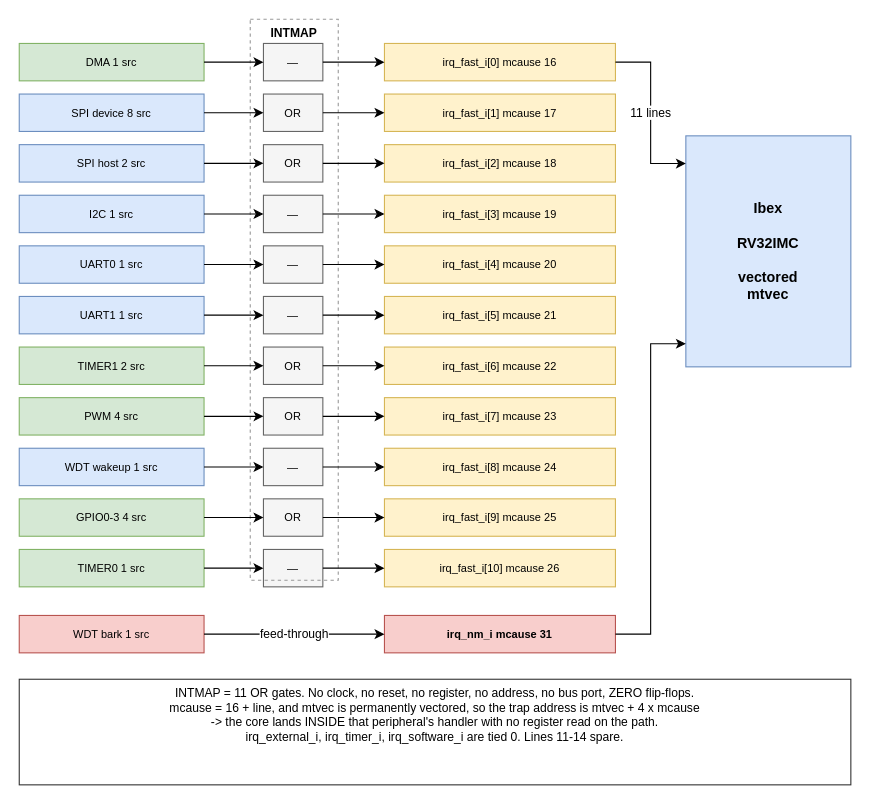
The draw.io diagram page 1 of 2 of doc/drawio/QNSC_Interrupt_Map.drawio in quynhonsemiconductor/vlsi_deep_training, before the edit. Source tidied: cells renumbered, new cells numbered last; positions are measured from the earlier drawing's top-left corner, leaving out a move shared by most shapes. Both pictures are drawn from the tidied source at 110%, with x=0, y=0 at pixel (19, 19).
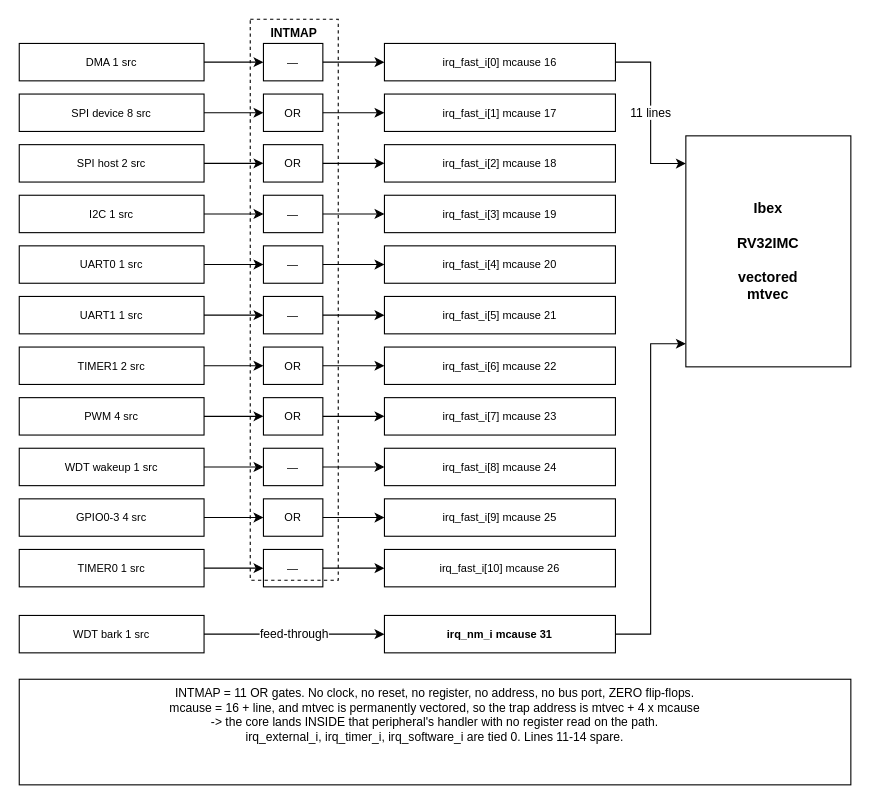
The same diagram, later.

Diff of the diagram source:
```diff
@@
-    <mxCell id="2" value="DMA   1 src" style="rounded=0;whiteSpace=wrap;html=1;fillColor=#d5e8d4;strokeColor=#82b366;fontSize=10;dashed=0;verticalAlign=middle;" parent="1" vertex="1">
+    <mxCell id="2" value="DMA   1 src" style="rounded=0;whiteSpace=wrap;html=1;fillColor=#ffffff;strokeColor=#000000;fontSize=10;dashed=0;verticalAlign=middle;" parent="1" vertex="1">
       <mxGeometry y="22" width="168" height="34" as="geometry" />
     </mxCell>
-    <mxCell id="3" value="—" style="rounded=0;whiteSpace=wrap;html=1;fillColor=#f5f5f5;strokeColor=#666666;fontSize=10;dashed=0;verticalAlign=middle;" parent="1" vertex="1">
+    <mxCell id="3" value="—" style="rounded=0;whiteSpace=wrap;html=1;fillColor=#ffffff;strokeColor=#000000;fontSize=10;dashed=0;verticalAlign=middle;" parent="1" vertex="1">
       <mxGeometry x="222" y="22" width="54" height="34" as="geometry" />
     </mxCell>
-    <mxCell id="4" value="irq_fast_i[0]    mcause 16" style="rounded=0;whiteSpace=wrap;html=1;fillColor=#fff2cc;strokeColor=#d6b656;fontSize=10;dashed=0;verticalAlign=middle;" parent="1" vertex="1">
+    <mxCell id="4" value="irq_fast_i[0]    mcause 16" style="rounded=0;whiteSpace=wrap;html=1;fillColor=#ffffff;strokeColor=#000000;fontSize=10;dashed=0;verticalAlign=middle;" parent="1" vertex="1">
       <mxGeometry x="332" y="22" width="210" height="34" as="geometry" />
     </mxCell>
-    <mxCell id="5" value="SPI device   8 src" style="rounded=0;whiteSpace=wrap;html=1;fillColor=#dae8fc;strokeColor=#6c8ebf;fontSize=10;dashed=0;verticalAlign=middle;" parent="1" vertex="1">
+    <mxCell id="5" value="SPI device   8 src" style="rounded=0;whiteSpace=wrap;html=1;fillColor=#ffffff;strokeColor=#000000;fontSize=10;dashed=0;verticalAlign=middle;" parent="1" vertex="1">
       <mxGeometry y="68" width="168" height="34" as="geometry" />
     </mxCell>
-    <mxCell id="6" value="OR" style="rounded=0;whiteSpace=wrap;html=1;fillColor=#f5f5f5;strokeColor=#666666;fontSize=10;dashed=0;verticalAlign=middle;" parent="1" vertex="1">
+    <mxCell id="6" value="OR" style="rounded=0;whiteSpace=wrap;html=1;fillColor=#ffffff;strokeColor=#000000;fontSize=10;dashed=0;verticalAlign=middle;" parent="1" vertex="1">
       <mxGeometry x="222" y="68" width="54" height="34" as="geometry" />
     </mxCell>
-    <mxCell id="7" value="irq_fast_i[1]    mcause 17" style="rounded=0;whiteSpace=wrap;html=1;fillColor=#fff2cc;strokeColor=#d6b656;fontSize=10;dashed=0;verticalAlign=middle;" parent="1" vertex="1">
+    <mxCell id="7" value="irq_fast_i[1]    mcause 17" style="rounded=0;whiteSpace=wrap;html=1;fillColor=#ffffff;strokeColor=#000000;fontSize=10;dashed=0;verticalAlign=middle;" parent="1" vertex="1">
       <mxGeometry x="332" y="68" width="210" height="34" as="geometry" />
     </mxCell>
-    <mxCell id="8" value="SPI host   2 src" style="rounded=0;whiteSpace=wrap;html=1;fillColor=#dae8fc;strokeColor=#6c8ebf;fontSize=10;dashed=0;verticalAlign=middle;" parent="1" vertex="1">
+    <mxCell id="8" value="SPI host   2 src" style="rounded=0;whiteSpace=wrap;html=1;fillColor=#ffffff;strokeColor=#000000;fontSize=10;dashed=0;verticalAlign=middle;" parent="1" vertex="1">
       <mxGeometry y="114" width="168" height="34" as="geometry" />
     </mxCell>
-    <mxCell id="9" value="OR" style="rounded=0;whiteSpace=wrap;html=1;fillColor=#f5f5f5;strokeColor=#666666;fontSize=10;dashed=0;verticalAlign=middle;" parent="1" vertex="1">
+    <mxCell id="9" value="OR" style="rounded=0;whiteSpace=wrap;html=1;fillColor=#ffffff;strokeColor=#000000;fontSize=10;dashed=0;verticalAlign=middle;" parent="1" vertex="1">
       <mxGeometry x="222" y="114" width="54" height="34" as="geometry" />
     </mxCell>
-    <mxCell id="10" value="irq_fast_i[2]    mcause 18" style="rounded=0;whiteSpace=wrap;html=1;fillColor=#fff2cc;strokeColor=#d6b656;fontSize=10;dashed=0;verticalAlign=middle;" parent="1" vertex="1">
+    <mxCell id="10" value="irq_fast_i[2]    mcause 18" style="rounded=0;whiteSpace=wrap;html=1;fillColor=#ffffff;strokeColor=#000000;fontSize=10;dashed=0;verticalAlign=middle;" parent="1" vertex="1">
       <mxGeometry x="332" y="114" width="210" height="34" as="geometry" />
     </mxCell>
-    <mxCell id="11" value="I2C   1 src" style="rounded=0;whiteSpace=wrap;html=1;fillColor=#dae8fc;strokeColor=#6c8ebf;fontSize=10;dashed=0;verticalAlign=middle;" parent="1" vertex="1">
+    <mxCell id="11" value="I2C   1 src" style="rounded=0;whiteSpace=wrap;html=1;fillColor=#ffffff;strokeColor=#000000;fontSize=10;dashed=0;verticalAlign=middle;" parent="1" vertex="1">
       <mxGeometry y="160" width="168" height="34" as="geometry" />
     </mxCell>
-    <mxCell id="12" value="—" style="rounded=0;whiteSpace=wrap;html=1;fillColor=#f5f5f5;strokeColor=#666666;fontSize=10;dashed=0;verticalAlign=middle;" parent="1" vertex="1">
+    <mxCell id="12" value="—" style="rounded=0;whiteSpace=wrap;html=1;fillColor=#ffffff;strokeColor=#000000;fontSize=10;dashed=0;verticalAlign=middle;" parent="1" vertex="1">
       <mxGeometry x="222" y="160" width="54" height="34" as="geometry" />
     </mxCell>
-    <mxCell id="13" value="irq_fast_i[3]    mcause 19" style="rounded=0;whiteSpace=wrap;html=1;fillColor=#fff2cc;strokeColor=#d6b656;fontSize=10;dashed=0;verticalAlign=middle;" parent="1" vertex="1">
+    <mxCell id="13" value="irq_fast_i[3]    mcause 19" style="rounded=0;whiteSpace=wrap;html=1;fillColor=#ffffff;strokeColor=#000000;fontSize=10;dashed=0;verticalAlign=middle;" parent="1" vertex="1">
       <mxGeometry x="332" y="160" width="210" height="34" as="geometry" />
     </mxCell>
-    <mxCell id="14" value="UART0   1 src" style="rounded=0;whiteSpace=wrap;html=1;fillColor=#dae8fc;strokeColor=#6c8ebf;fontSize=10;dashed=0;verticalAlign=middle;" parent="1" vertex="1">
+    <mxCell id="14" value="UART0   1 src" style="rounded=0;whiteSpace=wrap;html=1;fillColor=#ffffff;strokeColor=#000000;fontSize=10;dashed=0;verticalAlign=middle;" parent="1" vertex="1">
       <mxGeometry y="206" width="168" height="34" as="geometry" />
     </mxCell>
-    <mxCell id="15" value="—" style="rounded=0;whiteSpace=wrap;html=1;fillColor=#f5f5f5;strokeColor=#666666;fontSize=10;dashed=0;verticalAlign=middle;" parent="1" vertex="1">
+    <mxCell id="15" value="—" style="rounded=0;whiteSpace=wrap;html=1;fillColor=#ffffff;strokeColor=#000000;fontSize=10;dashed=0;verticalAlign=middle;" parent="1" vertex="1">
       <mxGeometry x="222" y="206" width="54" height="34" as="geometry" />
     </mxCell>
-    <mxCell id="16" value="irq_fast_i[4]    mcause 20" style="rounded=0;whiteSpace=wrap;html=1;fillColor=#fff2cc;strokeColor=#d6b656;fontSize=10;dashed=0;verticalAlign=middle;" parent="1" vertex="1">
+    <mxCell id="16" value="irq_fast_i[4]    mcause 20" style="rounded=0;whiteSpace=wrap;html=1;fillColor=#ffffff;strokeColor=#000000;fontSize=10;dashed=0;verticalAlign=middle;" parent="1" vertex="1">
       <mxGeometry x="332" y="206" width="210" height="34" as="geometry" />
     </mxCell>
-    <mxCell id="17" value="UART1   1 src" style="rounded=0;whiteSpace=wrap;html=1;fillColor=#dae8fc;strokeColor=#6c8ebf;fontSize=10;dashed=0;verticalAlign=middle;" parent="1" vertex="1">
+    <mxCell id="17" value="UART1   1 src" style="rounded=0;whiteSpace=wrap;html=1;fillColor=#ffffff;strokeColor=#000000;fontSize=10;dashed=0;verticalAlign=middle;" parent="1" vertex="1">
       <mxGeometry y="252" width="168" height="34" as="geometry" />
     </mxCell>
-    <mxCell id="18" value="—" style="rounded=0;whiteSpace=wrap;html=1;fillColor=#f5f5f5;strokeColor=#666666;fontSize=10;dashed=0;verticalAlign=middle;" parent="1" vertex="1">
+    <mxCell id="18" value="—" style="rounded=0;whiteSpace=wrap;html=1;fillColor=#ffffff;strokeColor=#000000;fontSize=10;dashed=0;verticalAlign=middle;" parent="1" vertex="1">
       <mxGeometry x="222" y="252" width="54" height="34" as="geometry" />
     </mxCell>
-    <mxCell id="19" value="irq_fast_i[5]    mcause 21" style="rounded=0;whiteSpace=wrap;html=1;fillColor=#fff2cc;strokeColor=#d6b656;fontSize=10;dashed=0;verticalAlign=middle;" parent="1" vertex="1">
+    <mxCell id="19" value="irq_fast_i[5]    mcause 21" style="rounded=0;whiteSpace=wrap;html=1;fillColor=#ffffff;strokeColor=#000000;fontSize=10;dashed=0;verticalAlign=middle;" parent="1" vertex="1">
       <mxGeometry x="332" y="252" width="210" height="34" as="geometry" />
     </mxCell>
-    <mxCell id="20" value="TIMER1   2 src" style="rounded=0;whiteSpace=wrap;html=1;fillColor=#d5e8d4;strokeColor=#82b366;fontSize=10;dashed=0;verticalAlign=middle;" parent="1" vertex="1">
+    <mxCell id="20" value="TIMER1   2 src" style="rounded=0;whiteSpace=wrap;html=1;fillColor=#ffffff;strokeColor=#000000;fontSize=10;dashed=0;verticalAlign=middle;" parent="1" vertex="1">
       <mxGeometry y="298" width="168" height="34" as="geometry" />
     </mxCell>
-    <mxCell id="21" value="OR" style="rounded=0;whiteSpace=wrap;html=1;fillColor=#f5f5f5;strokeColor=#666666;fontSize=10;dashed=0;verticalAlign=middle;" parent="1" vertex="1">
+    <mxCell id="21" value="OR" style="rounded=0;whiteSpace=wrap;html=1;fillColor=#ffffff;strokeColor=#000000;fontSize=10;dashed=0;verticalAlign=middle;" parent="1" vertex="1">
       <mxGeometry x="222" y="298" width="54" height="34" as="geometry" />
     </mxCell>
-    <mxCell id="22" value="irq_fast_i[6]    mcause 22" style="rounded=0;whiteSpace=wrap;html=1;fillColor=#fff2cc;strokeColor=#d6b656;fontSize=10;dashed=0;verticalAlign=middle;" parent="1" vertex="1">
+    <mxCell id="22" value="irq_fast_i[6]    mcause 22" style="rounded=0;whiteSpace=wrap;html=1;fillColor=#ffffff;strokeColor=#000000;fontSize=10;dashed=0;verticalAlign=middle;" parent="1" vertex="1">
       <mxGeometry x="332" y="298" width="210" height="34" as="geometry" />
     </mxCell>
-    <mxCell id="23" value="PWM   4 src" style="rounded=0;whiteSpace=wrap;html=1;fillColor=#d5e8d4;strokeColor=#82b366;fontSize=10;dashed=0;verticalAlign=middle;" parent="1" vertex="1">
+    <mxCell id="23" value="PWM   4 src" style="rounded=0;whiteSpace=wrap;html=1;fillColor=#ffffff;strokeColor=#000000;fontSize=10;dashed=0;verticalAlign=middle;" parent="1" vertex="1">
       <mxGeometry y="344" width="168" height="34" as="geometry" />
     </mxCell>
-    <mxCell id="24" value="OR" style="rounded=0;whiteSpace=wrap;html=1;fillColor=#f5f5f5;strokeColor=#666666;fontSize=10;dashed=0;verticalAlign=middle;" parent="1" vertex="1">
+    <mxCell id="24" value="OR" style="rounded=0;whiteSpace=wrap;html=1;fillColor=#ffffff;strokeColor=#000000;fontSize=10;dashed=0;verticalAlign=middle;" parent="1" vertex="1">
       <mxGeometry x="222" y="344" width="54" height="34" as="geometry" />
     </mxCell>
-    <mxCell id="25" value="irq_fast_i[7]    mcause 23" style="rounded=0;whiteSpace=wrap;html=1;fillColor=#fff2cc;strokeColor=#d6b656;fontSize=10;dashed=0;verticalAlign=middle;" parent="1" vertex="1">
+    <mxCell id="25" value="irq_fast_i[7]    mcause 23" style="rounded=0;whiteSpace=wrap;html=1;fillColor=#ffffff;strokeColor=#000000;fontSize=10;dashed=0;verticalAlign=middle;" parent="1" vertex="1">
       <mxGeometry x="332" y="344" width="210" height="34" as="geometry" />
     </mxCell>
-    <mxCell id="26" value="WDT wakeup   1 src" style="rounded=0;whiteSpace=wrap;html=1;fillColor=#dae8fc;strokeColor=#6c8ebf;fontSize=10;dashed=0;verticalAlign=middle;" parent="1" vertex="1">
+    <mxCell id="26" value="WDT wakeup   1 src" style="rounded=0;whiteSpace=wrap;html=1;fillColor=#ffffff;strokeColor=#000000;fontSize=10;dashed=0;verticalAlign=middle;" parent="1" vertex="1">
       <mxGeometry y="390" width="168" height="34" as="geometry" />
     </mxCell>
-    <mxCell id="27" value="—" style="rounded=0;whiteSpace=wrap;html=1;fillColor=#f5f5f5;strokeColor=#666666;fontSize=10;dashed=0;verticalAlign=middle;" parent="1" vertex="1">
+    <mxCell id="27" value="—" style="rounded=0;whiteSpace=wrap;html=1;fillColor=#ffffff;strokeColor=#000000;fontSize=10;dashed=0;verticalAlign=middle;" parent="1" vertex="1">
       <mxGeometry x="222" y="390" width="54" height="34" as="geometry" />
     </mxCell>
-    <mxCell id="28" value="irq_fast_i[8]    mcause 24" style="rounded=0;whiteSpace=wrap;html=1;fillColor=#fff2cc;strokeColor=#d6b656;fontSize=10;dashed=0;verticalAlign=middle;" parent="1" vertex="1">
+    <mxCell id="28" value="irq_fast_i[8]    mcause 24" style="rounded=0;whiteSpace=wrap;html=1;fillColor=#ffffff;strokeColor=#000000;fontSize=10;dashed=0;verticalAlign=middle;" parent="1" vertex="1">
       <mxGeometry x="332" y="390" width="210" height="34" as="geometry" />
     </mxCell>
-    <mxCell id="29" value="GPIO0-3   4 src" style="rounded=0;whiteSpace=wrap;html=1;fillColor=#d5e8d4;strokeColor=#82b366;fontSize=10;dashed=0;verticalAlign=middle;" parent="1" vertex="1">
+    <mxCell id="29" value="GPIO0-3   4 src" style="rounded=0;whiteSpace=wrap;html=1;fillColor=#ffffff;strokeColor=#000000;fontSize=10;dashed=0;verticalAlign=middle;" parent="1" vertex="1">
       <mxGeometry y="436" width="168" height="34" as="geometry" />
     </mxCell>
-    <mxCell id="30" value="OR" style="rounded=0;whiteSpace=wrap;html=1;fillColor=#f5f5f5;strokeColor=#666666;fontSize=10;dashed=0;verticalAlign=middle;" parent="1" vertex="1">
+    <mxCell id="30" value="OR" style="rounded=0;whiteSpace=wrap;html=1;fillColor=#ffffff;strokeColor=#000000;fontSize=10;dashed=0;verticalAlign=middle;" parent="1" vertex="1">
       <mxGeometry x="222" y="436" width="54" height="34" as="geometry" />
     </mxCell>
-    <mxCell id="31" value="irq_fast_i[9]    mcause 25" style="rounded=0;whiteSpace=wrap;html=1;fillColor=#fff2cc;strokeColor=#d6b656;fontSize=10;dashed=0;verticalAlign=middle;" parent="1" vertex="1">
+    <mxCell id="31" value="irq_fast_i[9]    mcause 25" style="rounded=0;whiteSpace=wrap;html=1;fillColor=#ffffff;strokeColor=#000000;fontSize=10;dashed=0;verticalAlign=middle;" parent="1" vertex="1">
       <mxGeometry x="332" y="436" width="210" height="34" as="geometry" />
     </mxCell>
-    <mxCell id="32" value="TIMER0   1 src" style="rounded=0;whiteSpace=wrap;html=1;fillColor=#d5e8d4;strokeColor=#82b366;fontSize=10;dashed=0;verticalAlign=middle;" parent="1" vertex="1">
+    <mxCell id="32" value="TIMER0   1 src" style="rounded=0;whiteSpace=wrap;html=1;fillColor=#ffffff;strokeColor=#000000;fontSize=10;dashed=0;verticalAlign=middle;" parent="1" vertex="1">
       <mxGeometry y="482" width="168" height="34" as="geometry" />
     </mxCell>
-    <mxCell id="33" value="—" style="rounded=0;whiteSpace=wrap;html=1;fillColor=#f5f5f5;strokeColor=#666666;fontSize=10;dashed=0;verticalAlign=middle;" parent="1" vertex="1">
+    <mxCell id="33" value="—" style="rounded=0;whiteSpace=wrap;html=1;fillColor=#ffffff;strokeColor=#000000;fontSize=10;dashed=0;verticalAlign=middle;" parent="1" vertex="1">
       <mxGeometry x="222" y="482" width="54" height="34" as="geometry" />
     </mxCell>
-    <mxCell id="34" value="irq_fast_i[10]    mcause 26" style="rounded=0;whiteSpace=wrap;html=1;fillColor=#fff2cc;strokeColor=#d6b656;fontSize=10;dashed=0;verticalAlign=middle;" parent="1" vertex="1">
+    <mxCell id="34" value="irq_fast_i[10]    mcause 26" style="rounded=0;whiteSpace=wrap;html=1;fillColor=#ffffff;strokeColor=#000000;fontSize=10;dashed=0;verticalAlign=middle;" parent="1" vertex="1">
       <mxGeometry x="332" y="482" width="210" height="34" as="geometry" />
     </mxCell>
-    <mxCell id="35" value="WDT bark   1 src" style="rounded=0;whiteSpace=wrap;html=1;fillColor=#f8cecc;strokeColor=#b85450;fontSize=10;dashed=0;verticalAlign=middle;" parent="1" vertex="1">
+    <mxCell id="35" value="WDT bark   1 src" style="rounded=0;whiteSpace=wrap;html=1;fillColor=#ffffff;strokeColor=#000000;fontSize=10;dashed=0;verticalAlign=middle;" parent="1" vertex="1">
       <mxGeometry y="542" width="168" height="34" as="geometry" />
     </mxCell>
-    <mxCell id="36" value="irq_nm_i    mcause 31" style="rounded=0;whiteSpace=wrap;html=1;fillColor=#f8cecc;strokeColor=#b85450;fontSize=10;dashed=0;fontStyle=1;verticalAlign=middle;" parent="1" vertex="1">
+    <mxCell id="36" value="irq_nm_i    mcause 31" style="rounded=0;whiteSpace=wrap;html=1;fillColor=#ffffff;strokeColor=#000000;fontSize=10;dashed=0;fontStyle=1;verticalAlign=middle;" parent="1" vertex="1">
       <mxGeometry x="332" y="542" width="210" height="34" as="geometry" />
     </mxCell>
-    <mxCell id="37" value="Ibex&#10;&#10;RV32IMC&#10;&#10;vectored&#10;mtvec" style="rounded=0;whiteSpace=wrap;html=1;fillColor=#dae8fc;strokeColor=#6c8ebf;fontSize=13;dashed=0;fontStyle=1;verticalAlign=middle;" parent="1" vertex="1">
+    <mxCell id="37" value="Ibex&#10;&#10;RV32IMC&#10;&#10;vectored&#10;mtvec" style="rounded=0;whiteSpace=wrap;html=1;fillColor=#ffffff;strokeColor=#000000;fontSize=13;dashed=0;fontStyle=1;verticalAlign=middle;" parent="1" vertex="1">
       <mxGeometry x="606" y="106" width="150" height="210" as="geometry" />
     </mxCell>
-    <mxCell id="38" value="INTMAP" style="rounded=0;whiteSpace=wrap;html=1;fillColor=none;strokeColor=#999999;fontSize=11;dashed=1;fontStyle=1;verticalAlign=top;" parent="1" vertex="1">
+    <mxCell id="38" value="INTMAP" style="rounded=0;whiteSpace=wrap;html=1;fillColor=none;strokeColor=#000000;fontSize=11;dashed=1;fontStyle=1;verticalAlign=top;" parent="1" vertex="1">
       <mxGeometry x="210" width="80" height="510" as="geometry" />
     </mxCell>
-    <mxCell id="39" value="INTMAP = 11 OR gates. No clock, no reset, no register, no address, no bus port, ZERO flip-flops.&#10;mcause = 16 + line, and mtvec is permanently vectored, so the trap address is mtvec + 4 x mcause&#10;-&gt; the core lands INSIDE that peripheral's handler with no register read on the path.&#10;irq_external_i, irq_timer_i, irq_software_i are tied 0.  Lines 11-14 spare." style="rounded=0;whiteSpace=wrap;html=1;fillColor=#ffffff;strokeColor=#333333;fontSize=11;dashed=0;verticalAlign=top;" parent="1" vertex="1">
+    <mxCell id="39" value="INTMAP = 11 OR gates. No clock, no reset, no register, no address, no bus port, ZERO flip-flops.&#10;mcause = 16 + line, and mtvec is permanently vectored, so the trap address is mtvec + 4 x mcause&#10;-&gt; the core lands INSIDE that peripheral's handler with no register read on the path.&#10;irq_external_i, irq_timer_i, irq_software_i are tied 0.  Lines 11-14 spare." style="rounded=0;whiteSpace=wrap;html=1;fillColor=#ffffff;strokeColor=#000000;fontSize=11;dashed=0;verticalAlign=top;" parent="1" vertex="1">
       <mxGeometry y="600" width="756" height="96" as="geometry" />
     </mxCell>
```
